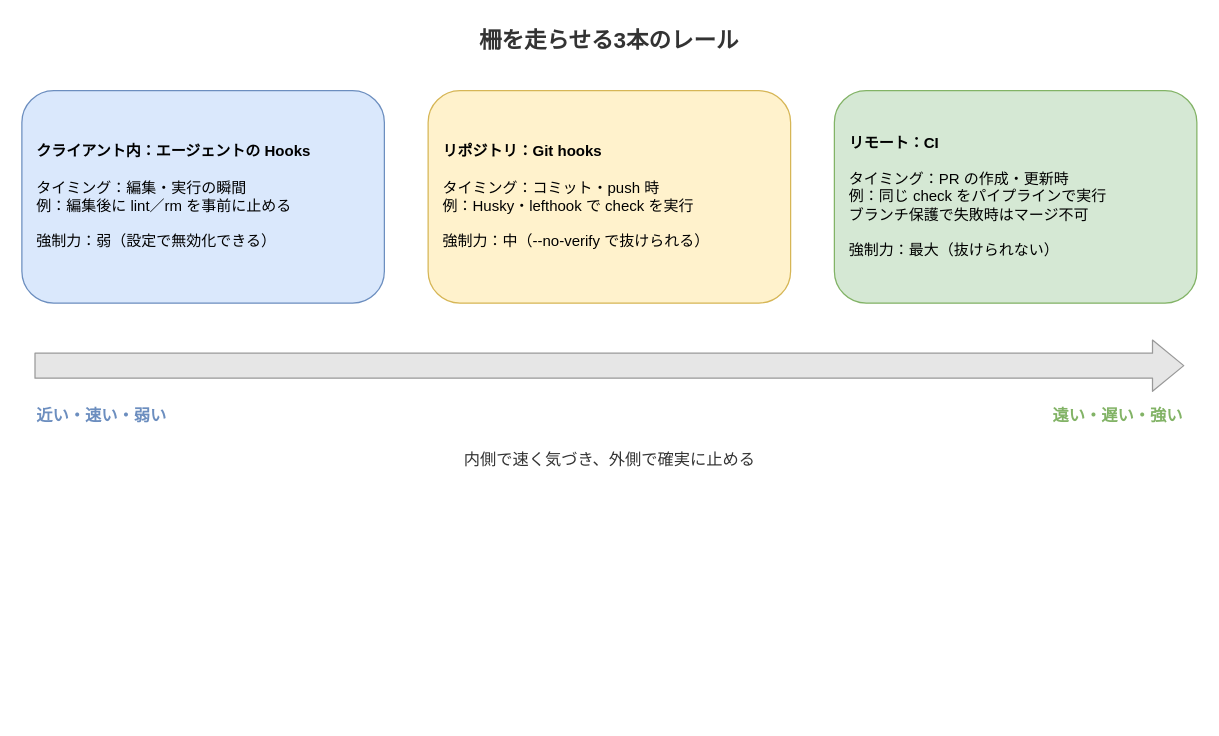
Before: static/images/harness-design-intro-three-rails.drawio in hdknr/blogs, a draw.io diagram. Source tidied: cells renumbered, new cells numbered last; positions are measured from the earlier drawing's top-left corner, leaving out a move shared by most shapes. Both pictures are drawn from the tidied source at 125%, with x=0, y=0 at pixel (21, 21).
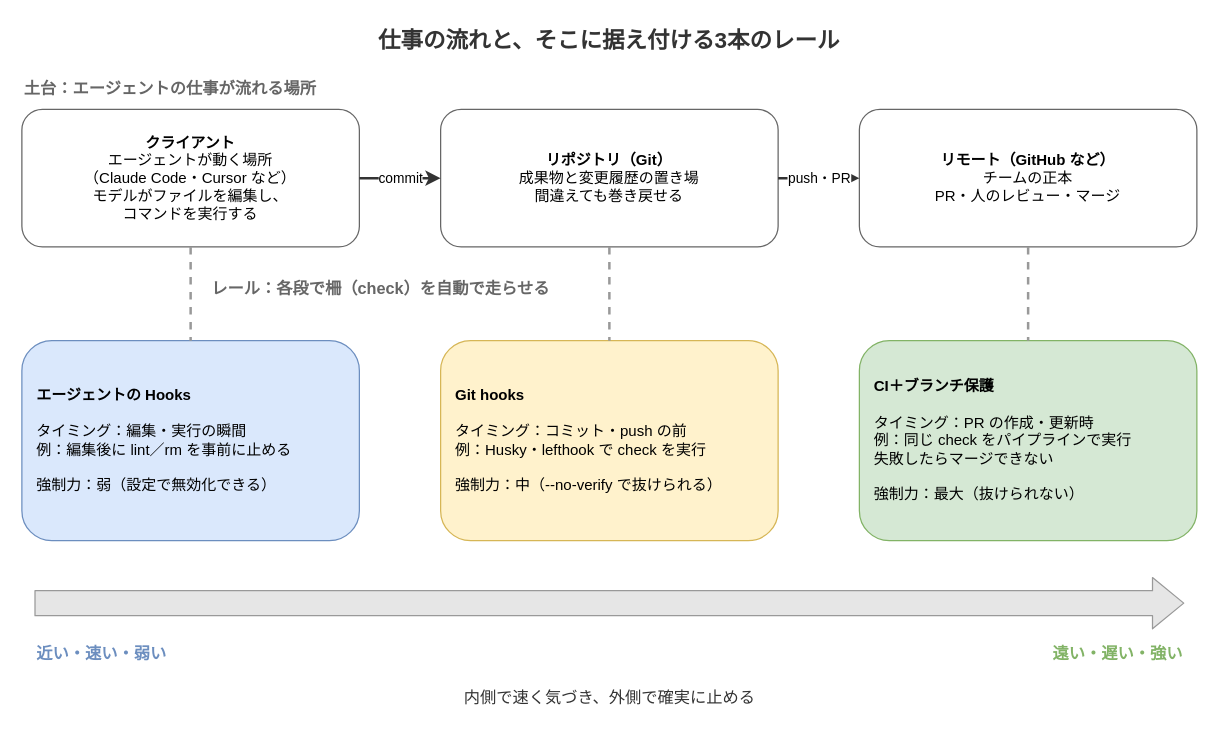
The same page after the edit.

Commit message (it also covers changes not shown here):
レールの前に土台（クライアント・リポジトリ・リモート）の説明を追加し、図を仕事の流れ付きに作り直し

Diff of the diagram source:
```diff
@@
-    <mxCell id="2" value="柵を走らせる3本のレール" style="text;html=1;fontSize=18;fontStyle=1;align=center;verticalAlign=middle;whiteSpace=wrap;fontColor=#333333;" parent="1" vertex="1">
-      <mxGeometry x="270" width="400" height="30" as="geometry" />
+    <mxCell id="2" value="仕事の流れと、そこに据え付ける3本のレール" style="text;html=1;fontSize=18;fontStyle=1;align=center;verticalAlign=middle;whiteSpace=wrap;fontColor=#333333;" parent="1" vertex="1">
+      <mxGeometry x="170" width="600" height="30" as="geometry" />
     </mxCell>
+    <mxCell id="10" value="土台：エージェントの仕事が流れる場所" style="text;html=1;fontSize=13;fontStyle=1;align=left;verticalAlign=middle;fontColor=#666666;" parent="1" vertex="1">
+      <mxGeometry y="40" width="400" height="25" as="geometry" />
+    </mxCell>
+    <mxCell id="11" value="&lt;b&gt;クライアント&lt;/b&gt;&lt;br&gt;エージェントが動く場所&lt;br&gt;（Claude Code・Cursor など）&lt;br&gt;モデルがファイルを編集し、&lt;br&gt;コマンドを実行する" style="rounded=1;whiteSpace=wrap;html=1;fillColor=#ffffff;strokeColor=#666666;fontSize=12;" parent="1" vertex="1">
+      <mxGeometry y="70" width="270" height="110" as="geometry" />
+    </mxCell>
+    <mxCell id="12" value="&lt;b&gt;リポジトリ（Git）&lt;/b&gt;&lt;br&gt;成果物と変更履歴の置き場&lt;br&gt;間違えても巻き戻せる" style="rounded=1;whiteSpace=wrap;html=1;fillColor=#ffffff;strokeColor=#666666;fontSize=12;" parent="1" vertex="1">
+      <mxGeometry x="335" y="70" width="270" height="110" as="geometry" />
+    </mxCell>
+    <mxCell id="13" value="&lt;b&gt;リモート（GitHub など）&lt;/b&gt;&lt;br&gt;チームの正本&lt;br&gt;PR・人のレビュー・マージ" style="rounded=1;whiteSpace=wrap;html=1;fillColor=#ffffff;strokeColor=#666666;fontSize=12;" parent="1" vertex="1">
+      <mxGeometry x="670" y="70" width="270" height="110" as="geometry" />
+    </mxCell>
+    <mxCell id="14" value="commit" style="endArrow=classic;html=1;strokeColor=#333333;strokeWidth=2;fontSize=11;" parent="1" edge="1" source="11" target="12">
+      <mxGeometry relative="1" as="geometry" />
+    </mxCell>
+    <mxCell id="15" value="push・PR" style="endArrow=classic;html=1;strokeColor=#333333;strokeWidth=2;fontSize=11;" parent="1" edge="1" source="12" target="13">
+      <mxGeometry relative="1" as="geometry" />
+    </mxCell>
+    <mxCell id="16" value="レール：各段で柵（check）を自動で走らせる" style="text;html=1;fontSize=13;fontStyle=1;align=left;verticalAlign=middle;fontColor=#666666;" parent="1" vertex="1">
+      <mxGeometry x="150" y="200" width="305" height="25" as="geometry" />
+    </mxCell>
-    <mxCell id="3" value="&lt;b&gt;クライアント内：エージェントの Hooks&lt;/b&gt;&lt;br&gt;&lt;br&gt;タイミング：編集・実行の瞬間&lt;br&gt;例：編集後に lint／rm を事前に止める&lt;br&gt;&lt;br&gt;強制力：弱（設定で無効化できる）" style="rounded=1;whiteSpace=wrap;html=1;fillColor=#dae8fc;strokeColor=#6c8ebf;fontSize=12;align=left;spacingLeft=10;" parent="1" vertex="1">
-      <mxGeometry y="55" width="290" height="170" as="geometry" />
+    <mxCell id="3" value="&lt;b&gt;エージェントの Hooks&lt;/b&gt;&lt;br&gt;&lt;br&gt;タイミング：編集・実行の瞬間&lt;br&gt;例：編集後に lint／rm を事前に止める&lt;br&gt;&lt;br&gt;強制力：弱（設定で無効化できる）" style="rounded=1;whiteSpace=wrap;html=1;fillColor=#dae8fc;strokeColor=#6c8ebf;fontSize=12;align=left;spacingLeft=10;" parent="1" vertex="1">
+      <mxGeometry y="255" width="270" height="160" as="geometry" />
     </mxCell>
-    <mxCell id="4" value="&lt;b&gt;リポジトリ：Git hooks&lt;/b&gt;&lt;br&gt;&lt;br&gt;タイミング：コミット・push 時&lt;br&gt;例：Husky・lefthook で check を実行&lt;br&gt;&lt;br&gt;強制力：中（--no-verify で抜けられる）" style="rounded=1;whiteSpace=wrap;html=1;fillColor=#fff2cc;strokeColor=#d6b656;fontSize=12;align=left;spacingLeft=10;" parent="1" vertex="1">
-      <mxGeometry x="325" y="55" width="290" height="170" as="geometry" />
+    <mxCell id="4" value="&lt;b&gt;Git hooks&lt;/b&gt;&lt;br&gt;&lt;br&gt;タイミング：コミット・push の前&lt;br&gt;例：Husky・lefthook で check を実行&lt;br&gt;&lt;br&gt;強制力：中（--no-verify で抜けられる）" style="rounded=1;whiteSpace=wrap;html=1;fillColor=#fff2cc;strokeColor=#d6b656;fontSize=12;align=left;spacingLeft=10;" parent="1" vertex="1">
+      <mxGeometry x="335" y="255" width="270" height="160" as="geometry" />
     </mxCell>
-    <mxCell id="5" value="&lt;b&gt;リモート：CI&lt;/b&gt;&lt;br&gt;&lt;br&gt;タイミング：PR の作成・更新時&lt;br&gt;例：同じ check をパイプラインで実行&lt;br&gt;ブランチ保護で失敗時はマージ不可&lt;br&gt;&lt;br&gt;強制力：最大（抜けられない）" style="rounded=1;whiteSpace=wrap;html=1;fillColor=#d5e8d4;strokeColor=#82b366;fontSize=12;align=left;spacingLeft=10;" parent="1" vertex="1">
-      <mxGeometry x="650" y="55" width="290" height="170" as="geometry" />
+    <mxCell id="5" value="&lt;b&gt;CI＋ブランチ保護&lt;/b&gt;&lt;br&gt;&lt;br&gt;タイミング：PR の作成・更新時&lt;br&gt;例：同じ check をパイプラインで実行&lt;br&gt;失敗したらマージできない&lt;br&gt;&lt;br&gt;強制力：最大（抜けられない）" style="rounded=1;whiteSpace=wrap;html=1;fillColor=#d5e8d4;strokeColor=#82b366;fontSize=12;align=left;spacingLeft=10;" parent="1" vertex="1">
+      <mxGeometry x="670" y="255" width="270" height="160" as="geometry" />
     </mxCell>
+    <mxCell id="17" style="endArrow=none;html=1;strokeColor=#999999;strokeWidth=2;dashed=1;" parent="1" edge="1" source="11" target="3">
+      <mxGeometry relative="1" as="geometry" />
+    </mxCell>
+    <mxCell id="18" style="endArrow=none;html=1;strokeColor=#999999;strokeWidth=2;dashed=1;" parent="1" edge="1" source="12" target="4">
+      <mxGeometry relative="1" as="geometry" />
+    </mxCell>
+    <mxCell id="19" style="endArrow=none;html=1;strokeColor=#999999;strokeWidth=2;dashed=1;" parent="1" edge="1" source="13" target="5">
+      <mxGeometry relative="1" as="geometry" />
+    </mxCell>
     <mxCell id="6" style="shape=flexArrow;endArrow=classic;html=1;fillColor=#e6e6e6;strokeColor=#999999;width=20;endSize=8;" parent="1" edge="1">
       <mxGeometry relative="1" as="geometry">
-        <mxPoint x="10" y="275" as="sourcePoint" />
-        <mxPoint x="930" y="275" as="targetPoint" />
+        <mxPoint x="10" y="465" as="sourcePoint" />
+        <mxPoint x="930" y="465" as="targetPoint" />
       </mxGeometry>
     </mxCell>
     <mxCell id="7" value="近い・速い・弱い" style="text;html=1;fontSize=13;fontStyle=1;align=left;verticalAlign=middle;fontColor=#6c8ebf;" parent="1" vertex="1">
-      <mxGeometry x="10" y="300" width="200" height="30" as="geometry" />
+      <mxGeometry x="10" y="490" width="200" height="30" as="geometry" />
     </mxCell>
     <mxCell id="8" value="遠い・遅い・強い" style="text;html=1;fontSize=13;fontStyle=1;align=right;verticalAlign=middle;fontColor=#82b366;" parent="1" vertex="1">
-      <mxGeometry x="730" y="300" width="200" height="30" as="geometry" />
+      <mxGeometry x="730" y="490" width="200" height="30" as="geometry" />
     </mxCell>
     <mxCell id="9" value="内側で速く気づき、外側で確実に止める" style="text;html=1;fontSize=13;align=center;verticalAlign=middle;fontColor=#333333;" parent="1" vertex="1">
-      <mxGeometry x="270" y="335" width="400" height="30" as="geometry" />
+      <mxGeometry x="270" y="525" width="400" height="30" as="geometry" />
     </mxCell>
```
